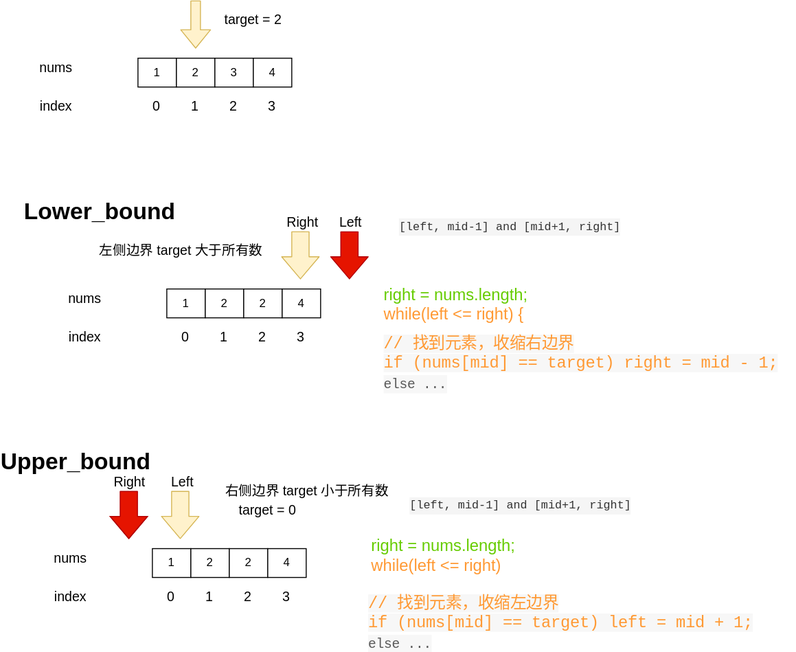
Above: graphs/binarySearch.drawio.svg in fangzhzh/leetcode (draw.io), before the change. Source tidied: cells renumbered, new cells last; positions are measured from the earlier drawing's top-left corner, leaving out a move shared by most shapes.
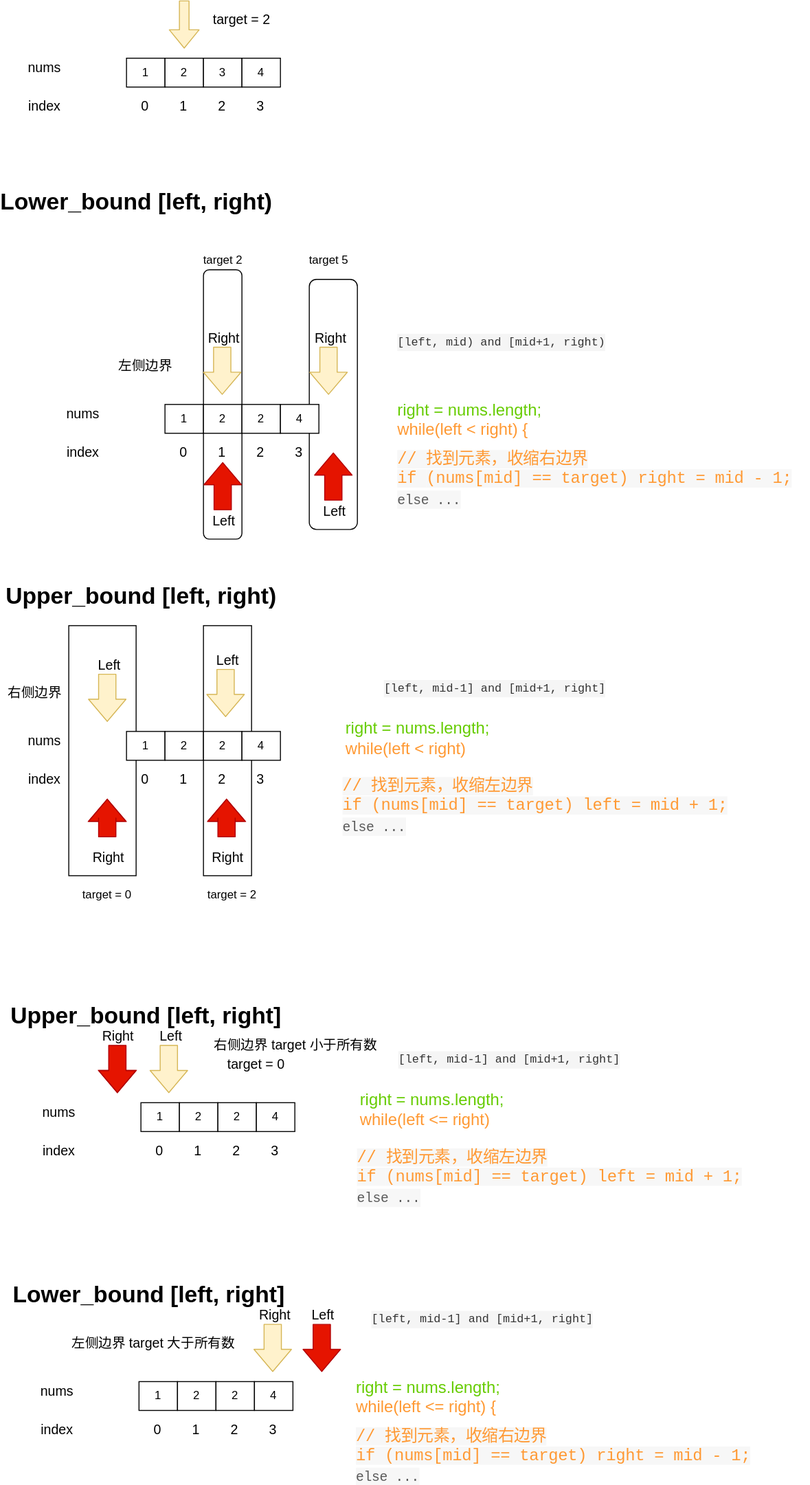
After the commit.

Commit message:
binary search

Diff of the diagram source:
```diff
@@ -50,3 +50,3 @@
     <mxCell id="16" style="group;" parent="1" vertex="1">
-      <mxGeometry x="15" y="460" width="782.5" height="210" as="geometry" />
+      <mxGeometry x="15" y="1036" width="782.5" height="210" as="geometry" />
     </mxCell>
@@ -128,7 +128,7 @@
     </mxCell>
-    <mxCell id="38" value="Upper_bound" style="text;strokeColor=none;fillColor=none;html=1;fontSize=24;fontStyle=1;verticalAlign=middle;align=center;" parent="16" vertex="1">
-      <mxGeometry width="100" height="40" as="geometry" />
+    <mxCell id="38" value="Upper_bound [left, right]" style="text;strokeColor=none;fillColor=none;html=1;fontSize=24;fontStyle=1;verticalAlign=middle;align=center;" parent="16" vertex="1">
+      <mxGeometry x="85" width="100" height="40" as="geometry" />
     </mxCell>
     <mxCell id="39" style="group;" parent="1" vertex="1">
-      <mxGeometry x="30" y="200" width="784" height="200" as="geometry" />
+      <mxGeometry x="13" y="1336" width="784" height="200" as="geometry" />
     </mxCell>
@@ -204,5 +204,236 @@
     </mxCell>
-    <mxCell id="60" value="Lower_bound" style="text;strokeColor=none;fillColor=none;html=1;fontSize=24;fontStyle=1;verticalAlign=middle;align=center;" parent="39" vertex="1">
-      <mxGeometry x="10" width="100" height="40" as="geometry" />
+    <mxCell id="60" value="Lower_bound [left, right]" style="text;strokeColor=none;fillColor=none;html=1;fontSize=24;fontStyle=1;verticalAlign=middle;align=center;" parent="39" vertex="1">
+      <mxGeometry x="90" y="-10" width="100" height="40" as="geometry" />
     </mxCell>
+    <mxCell id="61" style="group;" parent="1" vertex="1">
+      <mxGeometry y="650" width="782.5" height="260" as="geometry" />
+    </mxCell>
+    <mxCell id="62" style="rounded=0;whiteSpace=wrap;html=1;fillColor=none;gradientColor=none;" parent="61" vertex="1">
+      <mxGeometry x="210" width="50" height="260" as="geometry" />
+    </mxCell>
+    <mxCell id="63" style="rounded=0;whiteSpace=wrap;html=1;fillColor=none;gradientColor=none;" parent="61" vertex="1">
+      <mxGeometry x="70" width="70" height="260" as="geometry" />
+    </mxCell>
+    <mxCell id="64" style="group;" parent="61" vertex="1">
+      <mxGeometry y="50" width="290" height="120" as="geometry" />
+    </mxCell>
+    <mxCell id="65" style="group;" parent="64" vertex="1">
+      <mxGeometry x="130" y="60" width="160" height="30" as="geometry" />
+    </mxCell>
+    <mxCell id="66" value="1" style="rounded=0;whiteSpace=wrap;html=1;" parent="65" vertex="1">
+      <mxGeometry width="40" height="30" as="geometry" />
+    </mxCell>
+    <mxCell id="67" value="2" style="rounded=0;whiteSpace=wrap;html=1;" parent="65" vertex="1">
+      <mxGeometry x="40" width="40" height="30" as="geometry" />
+    </mxCell>
+    <mxCell id="68" value="2" style="rounded=0;whiteSpace=wrap;html=1;" parent="65" vertex="1">
+      <mxGeometry x="80" width="40" height="30" as="geometry" />
+    </mxCell>
+    <mxCell id="69" value="4" style="rounded=0;whiteSpace=wrap;html=1;" parent="65" vertex="1">
+      <mxGeometry x="120" width="40" height="30" as="geometry" />
+    </mxCell>
+    <mxCell id="70" value="nums" style="text;html=1;strokeColor=none;fillColor=none;align=center;verticalAlign=middle;whiteSpace=wrap;rounded=0;fontSize=14;" parent="64" vertex="1">
+      <mxGeometry y="60" width="90" height="20" as="geometry" />
+    </mxCell>
+    <mxCell id="71" value="index" style="text;html=1;strokeColor=none;fillColor=none;align=center;verticalAlign=middle;whiteSpace=wrap;rounded=0;fontSize=14;" parent="64" vertex="1">
+      <mxGeometry y="100" width="90" height="20" as="geometry" />
+    </mxCell>
+    <mxCell id="72" value="0" style="text;html=1;strokeColor=none;fillColor=none;align=center;verticalAlign=middle;whiteSpace=wrap;rounded=0;fontSize=14;" parent="64" vertex="1">
+      <mxGeometry x="140" y="100" width="19" height="20" as="geometry" />
+    </mxCell>
+    <mxCell id="73" value="1" style="text;html=1;strokeColor=none;fillColor=none;align=center;verticalAlign=middle;whiteSpace=wrap;rounded=0;fontSize=14;" parent="64" vertex="1">
+      <mxGeometry x="180" y="100" width="19" height="20" as="geometry" />
+    </mxCell>
+    <mxCell id="74" value="2" style="text;html=1;strokeColor=none;fillColor=none;align=center;verticalAlign=middle;whiteSpace=wrap;rounded=0;fontSize=14;" parent="64" vertex="1">
+      <mxGeometry x="220" y="100" width="19" height="20" as="geometry" />
+    </mxCell>
+    <mxCell id="75" value="3" style="text;html=1;strokeColor=none;fillColor=none;align=center;verticalAlign=middle;whiteSpace=wrap;rounded=0;fontSize=14;" parent="64" vertex="1">
+      <mxGeometry x="260" y="100" width="19" height="20" as="geometry" />
+    </mxCell>
+    <mxCell id="76" style="shape=flexArrow;endArrow=classic;html=1;fillColor=#fff2cc;strokeColor=#d6b656;width=18;endSize=7.33;" parent="64" edge="1">
+      <mxGeometry relative="1" as="geometry">
+        <mxPoint x="110" as="sourcePoint" />
+        <mxPoint x="110" y="50" as="targetPoint" />
+      </mxGeometry>
+    </mxCell>
+    <mxCell id="77" value="Left" style="edgeLabel;html=1;align=center;verticalAlign=middle;fontSize=14;" parent="76" vertex="1">
+      <mxGeometry x="-0.4" y="3" relative="1" as="geometry">
+        <mxPoint x="-2" y="-25" as="offset" />
+      </mxGeometry>
+    </mxCell>
+    <mxCell id="78" value="右侧边界" style="text;html=1;strokeColor=none;fillColor=none;align=center;verticalAlign=middle;whiteSpace=wrap;rounded=0;fontSize=14;" parent="64" vertex="1">
+      <mxGeometry y="10" width="70" height="20" as="geometry" />
+    </mxCell>
+    <mxCell id="79" style="shape=flexArrow;endArrow=classic;html=1;fillColor=#fff2cc;strokeColor=#d6b656;width=18;endSize=7.33;" parent="64" edge="1">
+      <mxGeometry relative="1" as="geometry">
+        <mxPoint x="233" y="-5" as="sourcePoint" />
+        <mxPoint x="233" y="45" as="targetPoint" />
+      </mxGeometry>
+    </mxCell>
+    <mxCell id="80" value="Left" style="edgeLabel;html=1;align=center;verticalAlign=middle;fontSize=14;" parent="79" vertex="1">
+      <mxGeometry x="-0.4" y="3" relative="1" as="geometry">
+        <mxPoint x="-2" y="-25" as="offset" />
+      </mxGeometry>
+    </mxCell>
+    <mxCell id="81" value="&lt;font color=&quot;#66cc00&quot;&gt;right = nums.length;&lt;br&gt;&lt;/font&gt;&lt;div&gt;&lt;span&gt;&lt;font color=&quot;#ff9933&quot;&gt;while(left &amp;lt; right)&lt;/font&gt;&lt;/span&gt;&lt;/div&gt;" style="text;html=1;strokeColor=none;fillColor=none;align=left;verticalAlign=middle;whiteSpace=wrap;rounded=0;fontSize=17;" parent="61" vertex="1">
+      <mxGeometry x="355.5" y="100" width="196" height="35" as="geometry" />
+    </mxCell>
+    <mxCell id="82" value="&lt;meta charset=&quot;utf-8&quot;&gt;&lt;div style=&quot;color: rgb(51, 51, 51); background-color: rgb(245, 245, 245); font-family: menlo, monaco, &amp;quot;courier new&amp;quot;, monospace; font-weight: normal; font-size: 12px; line-height: 18px;&quot;&gt;&lt;div&gt;&lt;span style=&quot;color: #333333&quot;&gt; [left, mid-1] and [mid+1, right]&lt;/span&gt;&lt;/div&gt;&lt;/div&gt;" style="text;whiteSpace=wrap;html=1;fontSize=17;" parent="61" vertex="1">
+      <mxGeometry x="395.5" y="50" width="260" height="30" as="geometry" />
+    </mxCell>
+    <mxCell id="83" value="&lt;span class=&quot;hljs-keyword&quot; style=&quot;color: rgb(0 , 0 , 0) ; font-size: 17px ; font-style: normal ; font-weight: 400 ; text-indent: 0px ; text-transform: none ; word-spacing: 0px ; box-sizing: border-box ; line-height: 19px ; letter-spacing: -0.2px ; font-family: monospace ; text-align: justify ; background-color: rgb(247 , 247 , 247)&quot;&gt;&lt;font color=&quot;#ff9933&quot; style=&quot;font-size: 17px&quot;&gt;// 找到元素，收缩左边界&lt;br&gt;if&lt;/font&gt;&lt;/span&gt;&lt;span style=&quot;color: rgb(0 , 0 , 0) ; font-size: 17px ; font-style: normal ; font-weight: 400 ; text-indent: 0px ; text-transform: none ; word-spacing: 0px ; font-family: monospace ; letter-spacing: -0.2px ; text-align: justify ; background-color: rgb(247 , 247 , 247)&quot;&gt;&lt;font color=&quot;#ff9933&quot; style=&quot;font-size: 17px&quot;&gt;&lt;span&gt;&amp;nbsp;&lt;/span&gt;(nums[mid] == target) left = mid + 1;&lt;/font&gt;&lt;br&gt;&lt;span style=&quot;color: rgb(89 , 89 , 89) ; font-size: 14px&quot;&gt;else ...&lt;/span&gt;&lt;/span&gt;" style="text;whiteSpace=wrap;html=1;fontSize=17;" parent="61" vertex="1">
+      <mxGeometry x="352.5" y="150" width="430" height="60" as="geometry" />
+    </mxCell>
+    <mxCell id="84" style="shape=flexArrow;endArrow=classic;html=1;fillColor=#e51400;strokeColor=#B20000;width=18;endSize=7.33;" parent="61" edge="1">
+      <mxGeometry relative="1" as="geometry">
+        <mxPoint x="110" y="220" as="sourcePoint" />
+        <mxPoint x="110" y="180" as="targetPoint" />
+        <Array as="points">
+          <mxPoint x="110" y="220" />
+          <mxPoint x="110" y="200" />
+        </Array>
+      </mxGeometry>
+    </mxCell>
+    <mxCell id="85" value="Right" style="edgeLabel;html=1;align=center;verticalAlign=middle;fontSize=14;" parent="84" vertex="1">
+      <mxGeometry x="-0.6" y="4" relative="1" as="geometry">
+        <mxPoint x="4" y="28" as="offset" />
+      </mxGeometry>
+    </mxCell>
+    <mxCell id="86" style="shape=flexArrow;endArrow=classic;html=1;fillColor=#e51400;strokeColor=#B20000;width=18;endSize=7.33;" parent="61" edge="1">
+      <mxGeometry relative="1" as="geometry">
+        <mxPoint x="234" y="220" as="sourcePoint" />
+        <mxPoint x="234" y="180" as="targetPoint" />
+        <Array as="points">
+          <mxPoint x="234" y="220" />
+          <mxPoint x="234" y="200" />
+        </Array>
+      </mxGeometry>
+    </mxCell>
+    <mxCell id="87" value="Right" style="edgeLabel;html=1;align=center;verticalAlign=middle;fontSize=14;" parent="86" vertex="1">
+      <mxGeometry x="-0.6" y="4" relative="1" as="geometry">
+        <mxPoint x="4" y="28" as="offset" />
+      </mxGeometry>
+    </mxCell>
+    <mxCell id="88" value="Lower_bound [left, right)" style="text;strokeColor=none;fillColor=none;html=1;fontSize=24;fontStyle=1;verticalAlign=middle;align=center;" parent="1" vertex="1">
+      <mxGeometry x="90" y="190" width="100" height="40" as="geometry" />
+    </mxCell>
+    <mxCell id="89" style="group;" parent="1" vertex="1">
+      <mxGeometry x="40" y="260" width="800" height="300" as="geometry" />
+    </mxCell>
+    <mxCell id="90" style="rounded=1;whiteSpace=wrap;html=1;" parent="89" vertex="1">
+      <mxGeometry x="170" y="20" width="40" height="280" as="geometry" />
+    </mxCell>
+    <mxCell id="91" style="group;" parent="89" vertex="1">
+      <mxGeometry y="60" width="800" height="230" as="geometry" />
+    </mxCell>
+    <mxCell id="92" style="rounded=1;whiteSpace=wrap;html=1;" parent="91" vertex="1">
+      <mxGeometry x="280" y="-30" width="50" height="260" as="geometry" />
+    </mxCell>
+    <mxCell id="93" style="group;" parent="91" vertex="1">
+      <mxGeometry y="40" width="290" height="120" as="geometry" />
+    </mxCell>
+    <mxCell id="94" style="group;" parent="93" vertex="1">
+      <mxGeometry x="130" y="60" width="160" height="30" as="geometry" />
+    </mxCell>
+    <mxCell id="95" value="1" style="rounded=0;whiteSpace=wrap;html=1;" parent="94" vertex="1">
+      <mxGeometry width="40" height="30" as="geometry" />
+    </mxCell>
+    <mxCell id="96" value="2" style="rounded=0;whiteSpace=wrap;html=1;" parent="94" vertex="1">
+      <mxGeometry x="40" width="40" height="30" as="geometry" />
+    </mxCell>
+    <mxCell id="97" value="2" style="rounded=0;whiteSpace=wrap;html=1;" parent="94" vertex="1">
+      <mxGeometry x="80" width="40" height="30" as="geometry" />
+    </mxCell>
+    <mxCell id="98" value="4" style="rounded=0;whiteSpace=wrap;html=1;" parent="94" vertex="1">
+      <mxGeometry x="120" width="40" height="30" as="geometry" />
+    </mxCell>
+    <mxCell id="99" value="nums" style="text;html=1;strokeColor=none;fillColor=none;align=center;verticalAlign=middle;whiteSpace=wrap;rounded=0;fontSize=14;" parent="93" vertex="1">
+      <mxGeometry y="60" width="90" height="20" as="geometry" />
+    </mxCell>
+    <mxCell id="100" value="index" style="text;html=1;strokeColor=none;fillColor=none;align=center;verticalAlign=middle;whiteSpace=wrap;rounded=0;fontSize=14;" parent="93" vertex="1">
+      <mxGeometry y="100" width="90" height="20" as="geometry" />
+    </mxCell>
+    <mxCell id="101" value="0" style="text;html=1;strokeColor=none;fillColor=none;align=center;verticalAlign=middle;whiteSpace=wrap;rounded=0;fontSize=14;" parent="93" vertex="1">
+      <mxGeometry x="140" y="100" width="19" height="20" as="geometry" />
+    </mxCell>
+    <mxCell id="102" value="1" style="text;html=1;strokeColor=none;fillColor=none;align=center;verticalAlign=middle;whiteSpace=wrap;rounded=0;fontSize=14;" parent="93" vertex="1">
+      <mxGeometry x="180" y="100" width="19" height="20" as="geometry" />
+    </mxCell>
+    <mxCell id="103" value="2" style="text;html=1;strokeColor=none;fillColor=none;align=center;verticalAlign=middle;whiteSpace=wrap;rounded=0;fontSize=14;" parent="93" vertex="1">
+      <mxGeometry x="220" y="100" width="19" height="20" as="geometry" />
+    </mxCell>
+    <mxCell id="104" value="3" style="text;html=1;strokeColor=none;fillColor=none;align=center;verticalAlign=middle;whiteSpace=wrap;rounded=0;fontSize=14;" parent="93" vertex="1">
+      <mxGeometry x="260" y="100" width="19" height="20" as="geometry" />
+    </mxCell>
+    <mxCell id="105" value="左侧边界&amp;nbsp;" style="text;html=1;strokeColor=none;fillColor=none;align=center;verticalAlign=middle;whiteSpace=wrap;rounded=0;fontSize=14;" parent="93" vertex="1">
+      <mxGeometry x="50" y="10" width="120" height="20" as="geometry" />
+    </mxCell>
+    <mxCell id="106" style="shape=flexArrow;endArrow=classic;html=1;fillColor=#e51400;strokeColor=#B20000;width=18;endSize=7.33;" parent="91" edge="1">
+      <mxGeometry relative="1" as="geometry">
+        <mxPoint x="305" y="200" as="sourcePoint" />
+        <mxPoint x="305" y="150" as="targetPoint" />
+      </mxGeometry>
+    </mxCell>
+    <mxCell id="107" value="Left" style="edgeLabel;html=1;align=center;verticalAlign=middle;fontSize=14;" parent="106" vertex="1">
+      <mxGeometry x="-0.32" relative="1" as="geometry">
+        <mxPoint x="0.5" y="27" as="offset" />
+      </mxGeometry>
+    </mxCell>
+    <mxCell id="108" value="&lt;font color=&quot;#66cc00&quot;&gt;right = nums.length;&lt;br&gt;&lt;/font&gt;&lt;div&gt;&lt;span&gt;&lt;font color=&quot;#ff9933&quot;&gt;while(left &amp;lt; right) {&lt;/font&gt;&lt;/span&gt;&lt;/div&gt;&lt;span class=&quot;hljs-keyword&quot; style=&quot;box-sizing: border-box ; color: rgb(170 , 13 , 145) ; font-size: 14px ; line-height: 19px ; letter-spacing: -0.2px ; font-family: monospace ; text-align: justify ; background-color: rgb(247 , 247 , 247)&quot;&gt;&amp;nbsp; &amp;nbsp;&amp;nbsp;&lt;/span&gt;&lt;span style=&quot;font-family: monospace ; letter-spacing: -0.2px ; text-align: justify ; background-color: rgb(247 , 247 , 247)&quot;&gt;&lt;br&gt;&lt;/span&gt;" style="text;html=1;strokeColor=none;fillColor=none;align=left;verticalAlign=top;whiteSpace=wrap;rounded=0;fontSize=17;" parent="91" vertex="1">
+      <mxGeometry x="370" y="90" width="196" height="50" as="geometry" />
+    </mxCell>
+    <mxCell id="109" value="&lt;div style=&quot;color: rgb(51 , 51 , 51) ; background-color: rgb(245 , 245 , 245) ; font-family: &amp;#34;menlo&amp;#34; , &amp;#34;monaco&amp;#34; , &amp;#34;courier new&amp;#34; , monospace ; font-weight: normal ; font-size: 12px ; line-height: 18px&quot;&gt;&lt;div&gt;&lt;span style=&quot;color: #333333&quot;&gt; [left, mid) and [mid+1, right)&lt;/span&gt;&lt;/div&gt;&lt;/div&gt;" style="text;whiteSpace=wrap;html=1;fontSize=17;" parent="91" vertex="1">
+      <mxGeometry x="370" y="20" width="260" height="30" as="geometry" />
+    </mxCell>
+    <mxCell id="110" value="&lt;span class=&quot;hljs-keyword&quot; style=&quot;color: rgb(0 , 0 , 0) ; font-size: 17px ; font-style: normal ; font-weight: 400 ; text-indent: 0px ; text-transform: none ; word-spacing: 0px ; box-sizing: border-box ; line-height: 19px ; letter-spacing: -0.2px ; font-family: monospace ; text-align: justify ; background-color: rgb(247 , 247 , 247)&quot;&gt;&lt;font color=&quot;#ff9933&quot; style=&quot;font-size: 17px&quot;&gt;// 找到元素，收缩右边界&lt;br&gt;if&lt;/font&gt;&lt;/span&gt;&lt;span style=&quot;color: rgb(0 , 0 , 0) ; font-size: 17px ; font-style: normal ; font-weight: 400 ; text-indent: 0px ; text-transform: none ; word-spacing: 0px ; font-family: monospace ; letter-spacing: -0.2px ; text-align: justify ; background-color: rgb(247 , 247 , 247)&quot;&gt;&lt;font color=&quot;#ff9933&quot; style=&quot;font-size: 17px&quot;&gt;&lt;span&gt;&amp;nbsp;&lt;/span&gt;(nums[mid] == target) right = mid - 1;&lt;/font&gt;&lt;br&gt;&lt;span style=&quot;color: rgb(89 , 89 , 89) ; font-size: 14px&quot;&gt;else ...&lt;/span&gt;&lt;/span&gt;" style="text;whiteSpace=wrap;html=1;fontSize=17;" parent="91" vertex="1">
+      <mxGeometry x="370" y="140" width="430" height="60" as="geometry" />
+    </mxCell>
+    <mxCell id="111" style="shape=flexArrow;endArrow=classic;html=1;fillColor=#fff2cc;strokeColor=#d6b656;width=18;endSize=7.33;" parent="91" edge="1">
+      <mxGeometry relative="1" as="geometry">
+        <mxPoint x="300" y="40" as="sourcePoint" />
+        <mxPoint x="300" y="90" as="targetPoint" />
+      </mxGeometry>
+    </mxCell>
+    <mxCell id="112" value="Right" style="edgeLabel;html=1;align=center;verticalAlign=middle;fontSize=14;" parent="111" vertex="1">
+      <mxGeometry x="-0.4" y="3" relative="1" as="geometry">
+        <mxPoint x="-2" y="-25" as="offset" />
+      </mxGeometry>
+    </mxCell>
+    <mxCell id="113" style="shape=flexArrow;endArrow=classic;html=1;fillColor=#fff2cc;strokeColor=#d6b656;width=18;endSize=7.33;" parent="89" edge="1">
+      <mxGeometry relative="1" as="geometry">
+        <mxPoint x="189.5" y="100" as="sourcePoint" />
+        <mxPoint x="189.5" y="150" as="targetPoint" />
+      </mxGeometry>
+    </mxCell>
+    <mxCell id="114" value="Right" style="edgeLabel;html=1;align=center;verticalAlign=middle;fontSize=14;" parent="113" vertex="1">
+      <mxGeometry x="-0.4" y="3" relative="1" as="geometry">
+        <mxPoint x="-2" y="-25" as="offset" />
+      </mxGeometry>
+    </mxCell>
+    <mxCell id="115" style="shape=flexArrow;endArrow=classic;html=1;fillColor=#e51400;strokeColor=#B20000;width=18;endSize=7.33;" parent="89" edge="1">
+      <mxGeometry relative="1" as="geometry">
+        <mxPoint x="190" y="270" as="sourcePoint" />
+        <mxPoint x="190" y="220" as="targetPoint" />
+      </mxGeometry>
+    </mxCell>
+    <mxCell id="116" value="Left" style="edgeLabel;html=1;align=center;verticalAlign=middle;fontSize=14;" parent="115" vertex="1">
+      <mxGeometry x="-0.32" relative="1" as="geometry">
+        <mxPoint x="0.5" y="27" as="offset" />
+      </mxGeometry>
+    </mxCell>
+    <mxCell id="117" value="target 2" style="text;html=1;strokeColor=none;fillColor=none;align=center;verticalAlign=middle;whiteSpace=wrap;rounded=0;" parent="89" vertex="1">
+      <mxGeometry x="160" width="61" height="20" as="geometry" />
+    </mxCell>
+    <mxCell id="118" value="target 5" style="text;html=1;strokeColor=none;fillColor=none;align=center;verticalAlign=middle;whiteSpace=wrap;rounded=0;" parent="89" vertex="1">
+      <mxGeometry x="270" width="61" height="20" as="geometry" />
+    </mxCell>
+    <mxCell id="119" value="Upper_bound [left, right)" style="text;strokeColor=none;fillColor=none;html=1;fontSize=24;fontStyle=1;verticalAlign=middle;align=center;" parent="1" vertex="1">
+      <mxGeometry x="95" y="600" width="100" height="40" as="geometry" />
+    </mxCell>
+    <mxCell id="120" value="target = 0" style="text;html=1;strokeColor=none;fillColor=none;align=center;verticalAlign=middle;whiteSpace=wrap;rounded=0;" parent="1" vertex="1">
+      <mxGeometry x="80" y="920" width="60" height="20" as="geometry" />
+    </mxCell>
+    <mxCell id="121" value="target = 2" style="text;html=1;strokeColor=none;fillColor=none;align=center;verticalAlign=middle;whiteSpace=wrap;rounded=0;" parent="1" vertex="1">
+      <mxGeometry x="210" y="920" width="60" height="20" as="geometry" />
+    </mxCell>
   </root>
```
